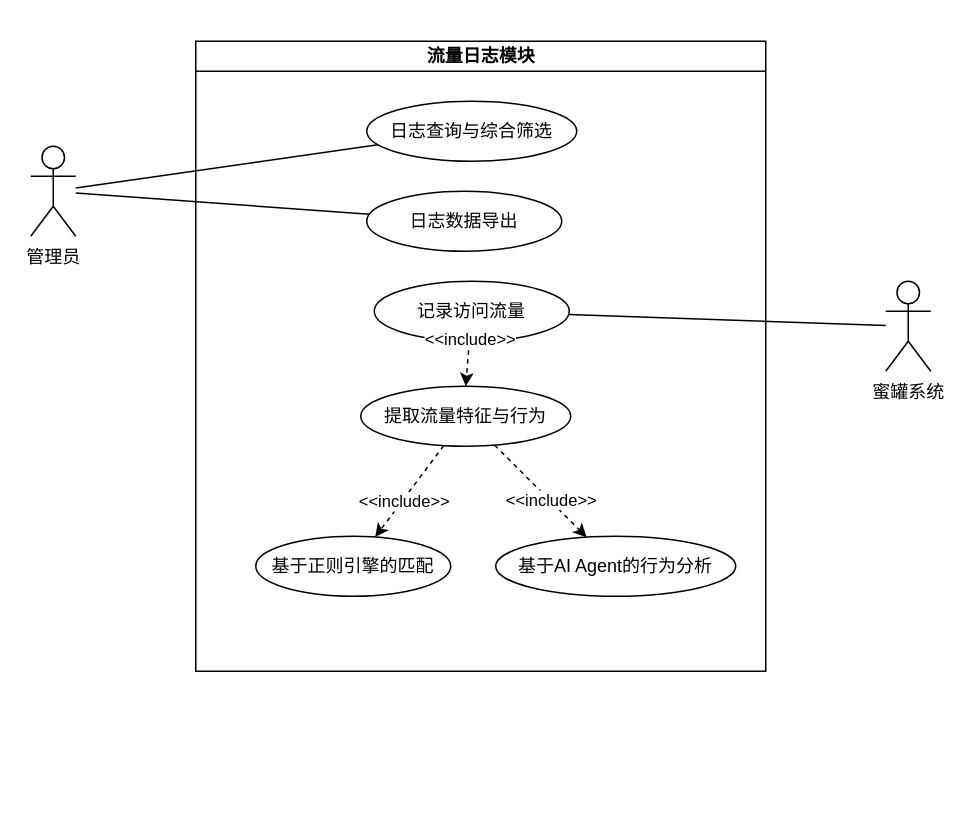
This is 论文/图/用例图/流量日志模块用例图.drawio from 1290288259/miguan, a draw.io file, before an edit. Source tidied: cells renumbered, new cells numbered last; positions are measured from the earlier drawing's top-left corner, leaving out a move shared by most shapes. Both pictures are drawn from the tidied source at 150%, with x=0, y=0 at pixel (30, 40).
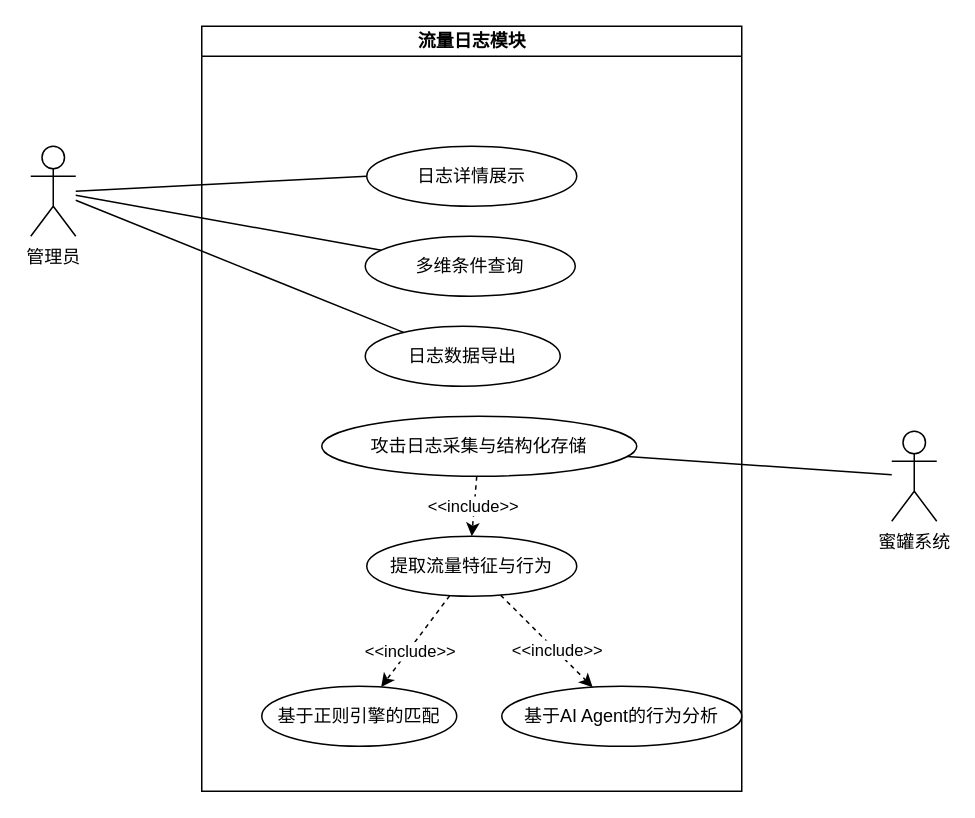
The same diagram, later.

What changed in the source:
```diff
@@
     <mxCell id="2" value="流量日志模块" style="swimlane;html=1;startSize=20;fillColor=none;" parent="1" vertex="1">
-      <mxGeometry x="110" width="380" height="420" as="geometry" />
+      <mxGeometry x="114" y="-10" width="360" height="510" as="geometry" />
     </mxCell>
-    <mxCell id="3" value="日志查询与综合筛选" style="ellipse;whiteSpace=wrap;html=1;" parent="2" vertex="1">
-      <mxGeometry x="114" y="40" width="140" height="40" as="geometry" />
+    <mxCell id="3" value="&lt;font&gt;多维条件查询&lt;/font&gt;" style="ellipse;whiteSpace=wrap;html=1;" parent="2" vertex="1">
+      <mxGeometry x="109" y="140" width="140" height="40" as="geometry" />
     </mxCell>
     <mxCell id="4" value="日志数据导出" style="ellipse;whiteSpace=wrap;html=1;" parent="2" vertex="1">
-      <mxGeometry x="114" y="100" width="130" height="40" as="geometry" />
+      <mxGeometry x="109" y="200" width="130" height="40" as="geometry" />
     </mxCell>
-    <mxCell id="5" value="记录访问流量" style="ellipse;whiteSpace=wrap;html=1;" parent="2" vertex="1">
-      <mxGeometry x="119" y="160" width="130" height="40" as="geometry" />
+    <mxCell id="5" value="&lt;font&gt;攻击日志采集与结构化存储&lt;/font&gt;" style="ellipse;whiteSpace=wrap;html=1;" parent="2" vertex="1">
+      <mxGeometry x="80" y="260" width="210" height="40" as="geometry" />
     </mxCell>
-    <mxCell id="6" value="管理员" style="shape=umlActor;verticalLabelPosition=bottom;verticalAlign=top;html=1;outlineConnect=0;" parent="1" vertex="1">
-      <mxGeometry y="70" width="30" height="60" as="geometry" />
-    </mxCell>
-    <mxCell id="7" value="蜜罐系统" style="shape=umlActor;verticalLabelPosition=bottom;verticalAlign=top;html=1;outlineConnect=0;" parent="1" vertex="1">
-      <mxGeometry x="570" y="160" width="30" height="60" as="geometry" />
+    <mxCell id="7" value="蜜罐系统" style="shape=umlActor;verticalLabelPosition=bottom;verticalAlign=top;html=1;outlineConnect=0;" parent="2" vertex="1">
+      <mxGeometry x="460" y="270" width="30" height="60" as="geometry" />
     </mxCell>
-    <mxCell id="8" value="提取流量特征与行为" style="ellipse;whiteSpace=wrap;html=1;" parent="1" vertex="1">
-      <mxGeometry x="220" y="230" width="140" height="40" as="geometry" />
+    <mxCell id="8" value="提取流量特征与行为" style="ellipse;whiteSpace=wrap;html=1;" parent="2" vertex="1">
+      <mxGeometry x="110" y="340" width="140" height="40" as="geometry" />
     </mxCell>
-    <mxCell id="9" value="基于正则引擎的匹配" style="ellipse;whiteSpace=wrap;html=1;" parent="1" vertex="1">
-      <mxGeometry x="150" y="330" width="130" height="40" as="geometry" />
+    <mxCell id="9" value="基于正则引擎的匹配" style="ellipse;whiteSpace=wrap;html=1;" parent="2" vertex="1">
+      <mxGeometry x="40" y="440" width="130" height="40" as="geometry" />
     </mxCell>
-    <mxCell id="10" value="基于AI Agent的行为分析" style="ellipse;whiteSpace=wrap;html=1;" parent="1" vertex="1">
-      <mxGeometry x="310" y="330" width="160" height="40" as="geometry" />
+    <mxCell id="10" value="基于AI Agent的行为分析" style="ellipse;whiteSpace=wrap;html=1;" parent="2" vertex="1">
+      <mxGeometry x="200" y="440" width="160" height="40" as="geometry" />
     </mxCell>
-    <mxCell id="11" style="endArrow=none;html=1;rounded=0;" parent="1" edge="1" source="6" target="3">
-      <mxGeometry relative="1" as="geometry" />
-    </mxCell>
-    <mxCell id="12" style="endArrow=none;html=1;rounded=0;" parent="1" edge="1" source="6" target="4">
-      <mxGeometry relative="1" as="geometry" />
-    </mxCell>
-    <mxCell id="13" style="endArrow=none;html=1;rounded=0;" parent="1" edge="1" source="7" target="5">
+    <mxCell id="13" style="endArrow=none;html=1;rounded=0;" parent="2" edge="1" source="7" target="5">
       <mxGeometry relative="1" as="geometry" />
     </mxCell>
-    <mxCell id="14" style="endArrow=classic;dashed=1;html=1;rounded=0;" parent="1" edge="1" source="8" target="9">
+    <mxCell id="14" style="endArrow=classic;dashed=1;html=1;rounded=0;" parent="2" edge="1" source="8" target="9">
       <mxGeometry relative="1" as="geometry" />
     </mxCell>
@@
-    <mxCell id="16" style="endArrow=classic;dashed=1;html=1;rounded=0;" parent="1" edge="1" source="8" target="10">
+    <mxCell id="16" style="endArrow=classic;dashed=1;html=1;rounded=0;" parent="2" edge="1" source="8" target="10">
       <mxGeometry relative="1" as="geometry" />
     </mxCell>
@@
-    <mxCell id="18" style="endArrow=classic;dashed=1;html=1;rounded=0;entryX=0.5;entryY=0;entryDx=0;entryDy=0;" parent="1" edge="1" source="5" target="8">
+    <mxCell id="18" style="endArrow=classic;dashed=1;html=1;rounded=0;entryX=0.5;entryY=0;entryDx=0;entryDy=0;" parent="2" edge="1" source="5" target="8">
       <mxGeometry relative="1" as="geometry">
         <Array as="points">
-          <mxPoint x="290" y="230" />
+          <mxPoint x="180" y="340" />
         </Array>
       </mxGeometry>
     </mxCell>
     <mxCell id="19" value="&amp;lt;&amp;lt;include&amp;gt;&amp;gt;" style="edgeLabel;html=1;align=center;verticalAlign=middle;" parent="18" vertex="1">
       <mxGeometry x="0.2" y="1" relative="1" as="geometry">
-        <mxPoint x="1" y="-20" as="offset" />
+        <mxPoint x="-2" y="-4" as="offset" />
       </mxGeometry>
     </mxCell>
+    <mxCell id="20" value="&lt;font&gt;日志详情展示&lt;/font&gt;" style="ellipse;whiteSpace=wrap;html=1;" parent="2" vertex="1">
+      <mxGeometry x="110" y="80" width="140" height="40" as="geometry" />
+    </mxCell>
+    <mxCell id="6" value="管理员" style="shape=umlActor;verticalLabelPosition=bottom;verticalAlign=top;html=1;outlineConnect=0;" parent="1" vertex="1">
+      <mxGeometry y="70" width="30" height="60" as="geometry" />
+    </mxCell>
+    <mxCell id="11" style="endArrow=none;html=1;rounded=0;" parent="1" edge="1" source="6" target="3">
+      <mxGeometry relative="1" as="geometry" />
+    </mxCell>
+    <mxCell id="12" style="endArrow=none;html=1;rounded=0;" parent="1" edge="1" source="6" target="4">
+      <mxGeometry relative="1" as="geometry" />
+    </mxCell>
+    <mxCell id="21" style="endArrow=none;html=1;rounded=0;entryX=0;entryY=0.5;entryDx=0;entryDy=0;" parent="1" edge="1" target="20">
+      <mxGeometry relative="1" as="geometry">
+        <mxPoint x="30" y="100" as="sourcePoint" />
+      </mxGeometry>
+    </mxCell>
```
